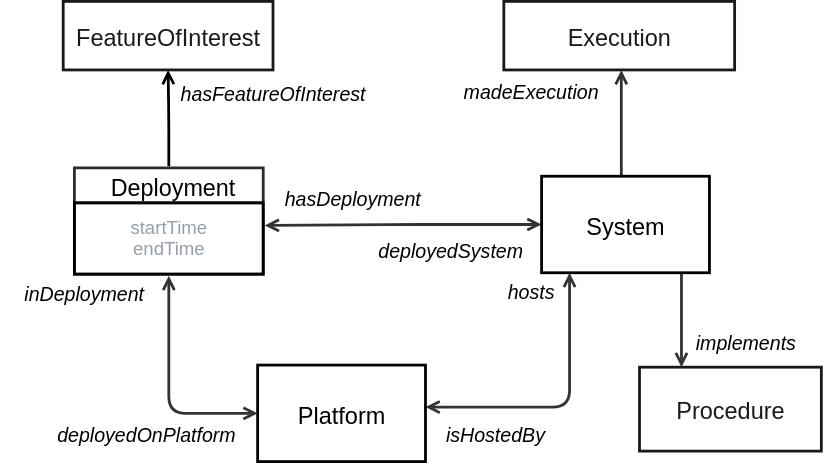
Earlier version of the draw.io export ssn/images/Deployment-overview.svg (w3c/sdw-sosa-ssn). Source tidied: cells renumbered, new cells last; positions are measured from the earlier drawing's top-left corner, leaving out a move shared by most shapes.
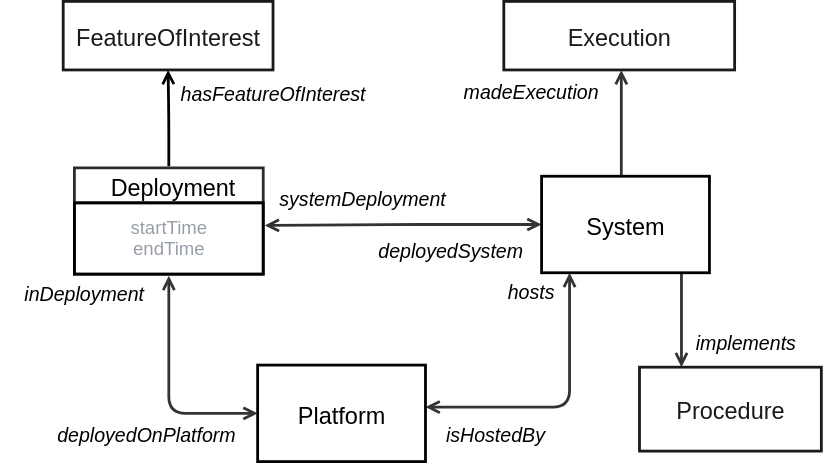
The same diagram one commit later.

Commit message:
missed a warning

Diff of the diagram source:
```diff
@@ -7,8 +7,8 @@
         <mxPoint x="189.1" y="160.2" as="targetPoint" />
       </mxGeometry>
     </mxCell>
-    <mxCell id="3" value="hasDeployment" style="html=1;overflow=block;blockSpacing=1;whiteSpace=wrap;fontSize=14;fontColor=default;fontStyle=2;align=center;spacing=0;strokeColor=none;strokeOpacity=100;fillOpacity=100;fillColor=none;strokeWidth=2;lucidId=FFhhL7GxmDA3;convertToSvg=1;" parent="1" vertex="1">
-      <mxGeometry x="188" y="125" width="128" height="31" as="geometry" />
+    <mxCell id="3" value="systemDeployment" style="html=1;overflow=block;blockSpacing=1;whiteSpace=wrap;fontSize=14;fontColor=default;fontStyle=2;align=center;spacing=0;strokeColor=none;strokeOpacity=100;fillOpacity=100;fillColor=none;strokeWidth=2;lucidId=FFhhL7GxmDA3;convertToSvg=1;" parent="1" vertex="1">
+      <mxGeometry x="195" y="125" width="128" height="31" as="geometry" />
     </mxCell>
     <mxCell id="4" value="deployedSystem" style="html=1;overflow=block;blockSpacing=1;whiteSpace=wrap;fontSize=14;fontColor=default;fontStyle=2;align=center;spacing=0;strokeColor=none;strokeOpacity=100;fillOpacity=100;fillColor=none;strokeWidth=2;lucidId=RFhhXdKV9XZ2;convertToSvg=1;" parent="1" vertex="1">
       <mxGeometry x="257" y="161" width="130" height="33" as="geometry" />
```
